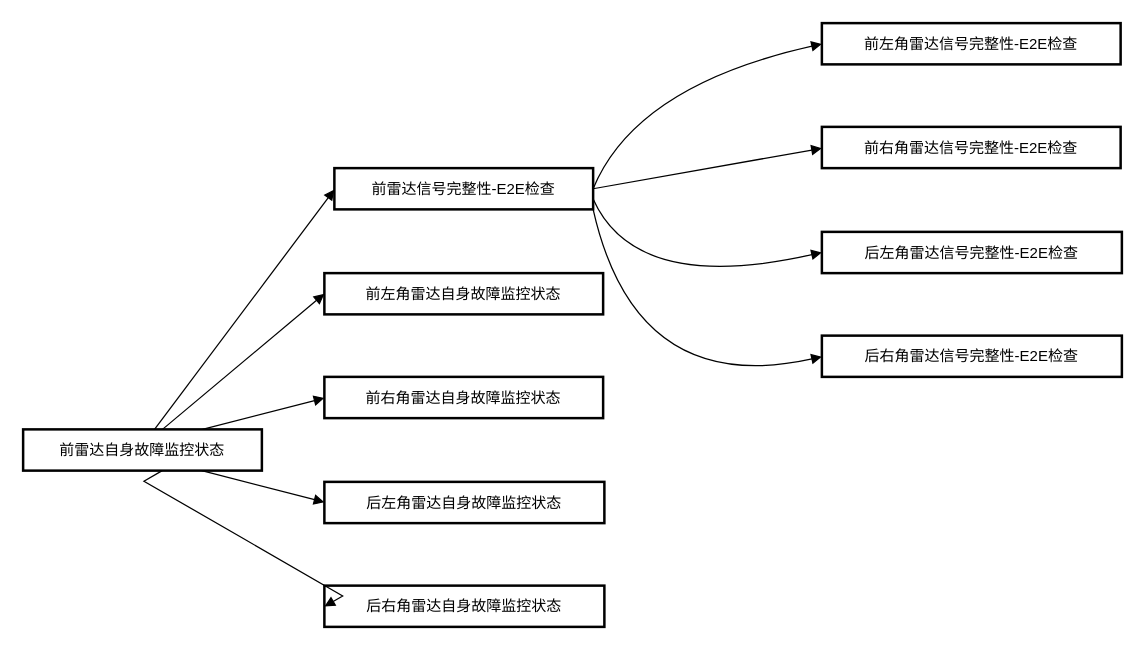
The draw.io diagram 未命名绘图.drawio in 50dubing/testgit2, before the edit. Source tidied: cells renumbered, new cells numbered last; positions are measured from the earlier drawing's top-left corner, leaving out a move shared by most shapes. Both pictures are drawn from the tidied source at 125%, with x=0, y=0 at pixel (22, 22).
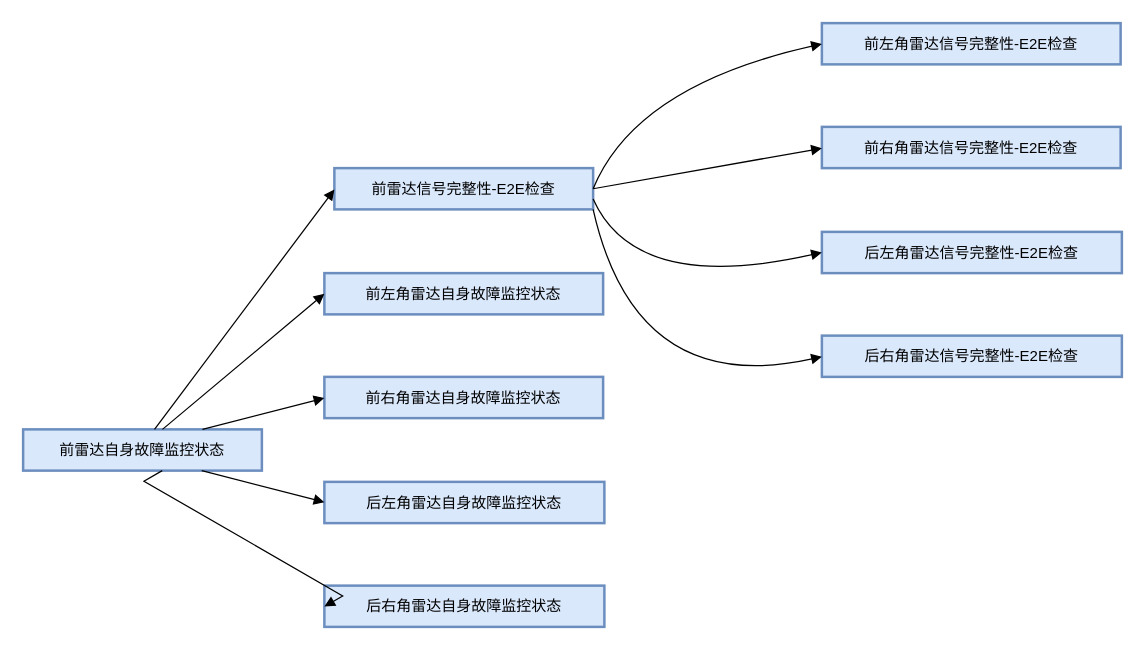
The same diagram, later.

What changed in the source:
```diff
@@
-    <mxCell id="2" value="前雷达自身故障监控状态" style="whiteSpace=wrap;strokeWidth=2;" parent="1" vertex="1">
+    <mxCell id="2" value="前雷达自身故障监控状态" style="whiteSpace=wrap;strokeWidth=2;fillColor=#dae8fc;strokeColor=#6c8ebf;" parent="1" vertex="1">
       <mxGeometry y="325" width="191" height="33" as="geometry" />
     </mxCell>
-    <mxCell id="3" value="前雷达信号完整性-E2E检查" style="whiteSpace=wrap;strokeWidth=2;" parent="1" vertex="1">
+    <mxCell id="3" value="前雷达信号完整性-E2E检查" style="whiteSpace=wrap;strokeWidth=2;fillColor=#dae8fc;strokeColor=#6c8ebf;" parent="1" vertex="1">
       <mxGeometry x="249" y="116" width="207" height="33" as="geometry" />
     </mxCell>
-    <mxCell id="4" value="前左角雷达自身故障监控状态" style="whiteSpace=wrap;strokeWidth=2;" parent="1" vertex="1">
+    <mxCell id="4" value="前左角雷达自身故障监控状态" style="whiteSpace=wrap;strokeWidth=2;fillColor=#dae8fc;strokeColor=#6c8ebf;" parent="1" vertex="1">
       <mxGeometry x="241" y="200" width="223" height="33" as="geometry" />
     </mxCell>
-    <mxCell id="5" value="前左角雷达信号完整性-E2E检查" style="whiteSpace=wrap;strokeWidth=2;" parent="1" vertex="1">
+    <mxCell id="5" value="前左角雷达信号完整性-E2E检查" style="whiteSpace=wrap;strokeWidth=2;fillColor=#dae8fc;strokeColor=#6c8ebf;" parent="1" vertex="1">
       <mxGeometry x="639" width="239" height="33" as="geometry" />
     </mxCell>
-    <mxCell id="6" value="前右角雷达自身故障监控状态" style="whiteSpace=wrap;strokeWidth=2;" parent="1" vertex="1">
+    <mxCell id="6" value="前右角雷达自身故障监控状态" style="whiteSpace=wrap;strokeWidth=2;fillColor=#dae8fc;strokeColor=#6c8ebf;" parent="1" vertex="1">
       <mxGeometry x="241" y="283" width="223" height="33" as="geometry" />
     </mxCell>
-    <mxCell id="7" value="前右角雷达信号完整性-E2E检查" style="whiteSpace=wrap;strokeWidth=2;" parent="1" vertex="1">
+    <mxCell id="7" value="前右角雷达信号完整性-E2E检查" style="whiteSpace=wrap;strokeWidth=2;fillColor=#dae8fc;strokeColor=#6c8ebf;" parent="1" vertex="1">
       <mxGeometry x="639" y="83" width="239" height="33" as="geometry" />
     </mxCell>
-    <mxCell id="8" value="后左角雷达自身故障监控状态" style="whiteSpace=wrap;strokeWidth=2;" parent="1" vertex="1">
+    <mxCell id="8" value="后左角雷达自身故障监控状态" style="whiteSpace=wrap;strokeWidth=2;fillColor=#dae8fc;strokeColor=#6c8ebf;" parent="1" vertex="1">
       <mxGeometry x="241" y="367" width="224" height="33" as="geometry" />
     </mxCell>
-    <mxCell id="9" value="后左角雷达信号完整性-E2E检查" style="whiteSpace=wrap;strokeWidth=2;" parent="1" vertex="1">
+    <mxCell id="9" value="后左角雷达信号完整性-E2E检查" style="whiteSpace=wrap;strokeWidth=2;fillColor=#dae8fc;strokeColor=#6c8ebf;" parent="1" vertex="1">
       <mxGeometry x="639" y="167" width="240" height="33" as="geometry" />
     </mxCell>
-    <mxCell id="10" value="后右角雷达自身故障监控状态" style="whiteSpace=wrap;strokeWidth=2;" parent="1" vertex="1">
+    <mxCell id="10" value="后右角雷达自身故障监控状态" style="whiteSpace=wrap;strokeWidth=2;fillColor=#dae8fc;strokeColor=#6c8ebf;" parent="1" vertex="1">
       <mxGeometry x="241" y="450" width="224" height="33" as="geometry" />
     </mxCell>
-    <mxCell id="11" value="后右角雷达信号完整性-E2E检查" style="whiteSpace=wrap;strokeWidth=2;" parent="1" vertex="1">
+    <mxCell id="11" value="后右角雷达信号完整性-E2E检查" style="whiteSpace=wrap;strokeWidth=2;fillColor=#dae8fc;strokeColor=#6c8ebf;" parent="1" vertex="1">
       <mxGeometry x="639" y="250" width="240" height="33" as="geometry" />
     </mxCell>
```
